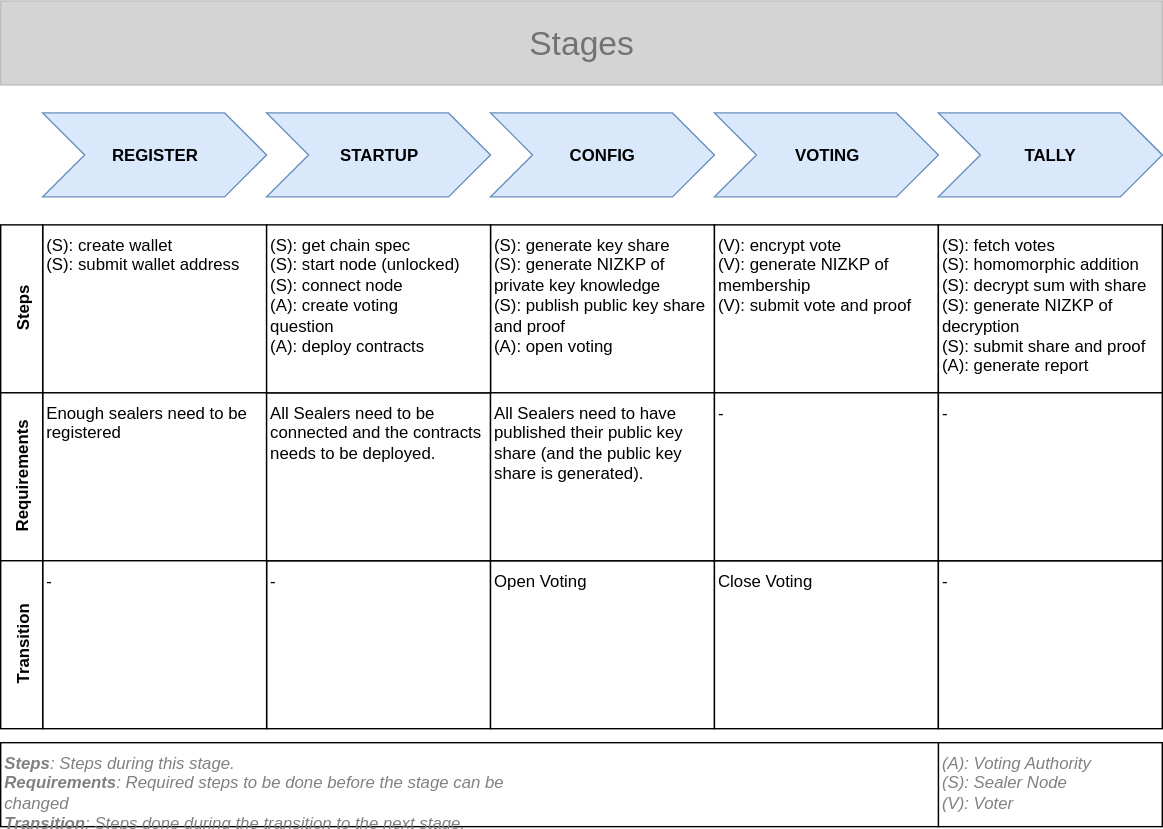
The draw.io diagram voting-authority/backend/assets/stages.svg in alexscheitlin/master-project-evoting, before a commit. Source tidied: cells renumbered, new cells last; positions are measured from the earlier drawing's top-left corner, leaving out a move shared by most shapes.
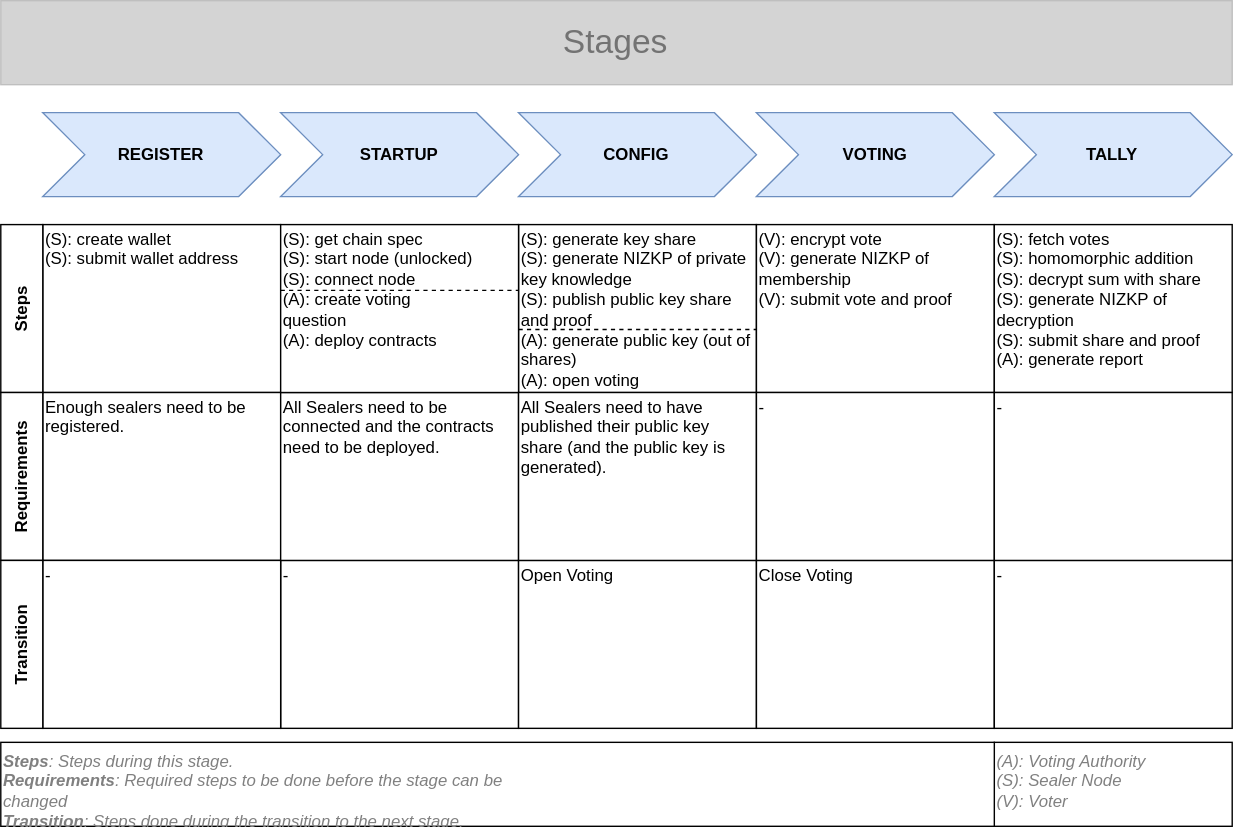
After the commit.

Commit message:
vote-auth-be - update stages drawing

Change to the diagram source:
```diff
@@ -3,82 +3,88 @@
     <mxCell id="0" />
     <mxCell id="1" parent="0" />
     <mxCell id="2" value="&lt;b&gt;REGISTER&lt;/b&gt;" style="html=1;shadow=0;dashed=0;align=center;verticalAlign=middle;shape=mxgraph.arrows2.arrow;dy=0;dx=30;notch=30;strokeColor=#6c8ebf;fillColor=#dae8fc;" parent="1" vertex="1">
-      <mxGeometry x="30" y="80" width="160" height="60" as="geometry" />
+      <mxGeometry x="60" y="80" width="170" height="60" as="geometry" />
     </mxCell>
     <mxCell id="3" value="&lt;b&gt;STARTUP&lt;/b&gt;" style="html=1;shadow=0;dashed=0;align=center;verticalAlign=middle;shape=mxgraph.arrows2.arrow;dy=0;dx=30;notch=30;strokeColor=#6c8ebf;fillColor=#dae8fc;" parent="1" vertex="1">
-      <mxGeometry x="190" y="80" width="160" height="60" as="geometry" />
+      <mxGeometry x="230" y="80" width="170" height="60" as="geometry" />
     </mxCell>
     <mxCell id="4" value="&lt;b&gt;CONFIG&lt;/b&gt;" style="html=1;shadow=0;dashed=0;align=center;verticalAlign=middle;shape=mxgraph.arrows2.arrow;dy=0;dx=30;notch=30;strokeColor=#6c8ebf;fillColor=#dae8fc;" parent="1" vertex="1">
-      <mxGeometry x="350" y="80" width="160" height="60" as="geometry" />
+      <mxGeometry x="400" y="80" width="170" height="60" as="geometry" />
     </mxCell>
     <mxCell id="5" value="&lt;b&gt;VOTING&lt;/b&gt;" style="html=1;shadow=0;dashed=0;align=center;verticalAlign=middle;shape=mxgraph.arrows2.arrow;dy=0;dx=30;notch=30;strokeColor=#6c8ebf;fillColor=#dae8fc;" parent="1" vertex="1">
-      <mxGeometry x="510" y="80" width="160" height="60" as="geometry" />
+      <mxGeometry x="570" y="80" width="170" height="60" as="geometry" />
     </mxCell>
     <mxCell id="6" value="&lt;b&gt;TALLY&lt;/b&gt;" style="html=1;shadow=0;dashed=0;align=center;verticalAlign=middle;shape=mxgraph.arrows2.arrow;dy=0;dx=30;notch=30;strokeColor=#6c8ebf;fillColor=#dae8fc;" parent="1" vertex="1">
-      <mxGeometry x="670" y="80" width="160" height="60" as="geometry" />
+      <mxGeometry x="740" y="80" width="170" height="60" as="geometry" />
     </mxCell>
     <mxCell id="7" value="Stages" style="rounded=0;whiteSpace=wrap;html=1;labelBackgroundColor=none;strokeColor=#BFBFBF;strokeWidth=1;fillColor=#D4D4D4;gradientColor=none;fontSize=24;fontColor=#737373;align=center;perimeterSpacing=0;comic=0;glass=0;shadow=0;" parent="1" vertex="1">
-      <mxGeometry width="830" height="60" as="geometry" />
+      <mxGeometry x="30" width="880" height="60" as="geometry" />
     </mxCell>
-    <mxCell id="8" value="&lt;div&gt;(S): create wallet&lt;/div&gt;&lt;div&gt;(S): submit wallet address&lt;/div&gt;" style="rounded=0;whiteSpace=wrap;html=1;align=left;verticalAlign=top;" parent="1" vertex="1">
-      <mxGeometry x="30" y="160" width="160" height="120" as="geometry" />
+    <mxCell id="8" value="&lt;div&gt;(S): create wallet&lt;/div&gt;&lt;div&gt;(S): submit wallet address&lt;/div&gt;" style="rounded=0;whiteSpace=wrap;html=1;align=left;verticalAlign=top;spacing=0;spacingTop=-1;spacingLeft=2;spacingRight=2;spacingBottom=2;" parent="1" vertex="1">
+      <mxGeometry x="60" y="160" width="170" height="120" as="geometry" />
     </mxCell>
-    <mxCell id="9" value="&lt;div&gt;(S): generate key share&lt;br&gt;(S): generate NIZKP of private key knowledge&lt;br&gt;&lt;/div&gt;&lt;div&gt;(S): publish public key share and proof&lt;br&gt;(A): open voting&lt;br&gt;&lt;/div&gt;" style="rounded=0;whiteSpace=wrap;html=1;align=left;verticalAlign=top;" parent="1" vertex="1">
-      <mxGeometry x="350" y="160" width="160" height="120" as="geometry" />
+    <mxCell id="9" value="&lt;div&gt;(S): generate key share&lt;br&gt;(S): generate NIZKP of private key knowledge&lt;br&gt;&lt;/div&gt;&lt;div&gt;(S): publish public key share and proof&lt;/div&gt;&lt;div&gt;(A): generate public key (out of shares)&lt;br&gt;&lt;/div&gt;&lt;div&gt;(A): open voting&lt;br&gt;&lt;/div&gt;" style="rounded=0;whiteSpace=wrap;html=1;align=left;verticalAlign=top;spacing=0;spacingTop=-1;spacingLeft=2;spacingRight=2;spacingBottom=2;" parent="1" vertex="1">
+      <mxGeometry x="400" y="160" width="170" height="120" as="geometry" />
     </mxCell>
-    <mxCell id="10" value="&lt;div&gt;(V): encrypt vote&lt;br&gt;(V): generate NIZKP of membership&lt;/div&gt;&lt;div&gt;(V): submit vote and proof&lt;br&gt;&lt;/div&gt;&lt;div&gt;&lt;br&gt;&lt;/div&gt;&lt;div&gt;&lt;br&gt;&lt;/div&gt;" style="rounded=0;whiteSpace=wrap;html=1;align=left;verticalAlign=top;" parent="1" vertex="1">
-      <mxGeometry x="510" y="160" width="160" height="120" as="geometry" />
+    <mxCell id="10" value="&lt;div&gt;(V): encrypt vote&lt;br&gt;(V): generate NIZKP of membership&lt;/div&gt;&lt;div&gt;(V): submit vote and proof&lt;br&gt;&lt;/div&gt;&lt;div&gt;&lt;br&gt;&lt;/div&gt;&lt;div&gt;&lt;br&gt;&lt;/div&gt;" style="rounded=0;whiteSpace=wrap;html=1;align=left;verticalAlign=top;spacing=0;spacingTop=-1;spacingLeft=2;spacingRight=2;spacingBottom=2;" parent="1" vertex="1">
+      <mxGeometry x="570" y="160" width="170" height="120" as="geometry" />
     </mxCell>
-    <mxCell id="11" value="&lt;div&gt;(S): fetch votes&lt;/div&gt;&lt;div&gt;(S): homomorphic addition&lt;/div&gt;&lt;div&gt;(S): decrypt sum with share&lt;/div&gt;&lt;div&gt;(S): generate NIZKP of decryption&lt;br&gt;(S): submit share and proof&lt;br&gt;&lt;/div&gt;(A): generate report" style="rounded=0;whiteSpace=wrap;html=1;align=left;verticalAlign=top;" parent="1" vertex="1">
-      <mxGeometry x="670" y="160" width="160" height="120" as="geometry" />
+    <mxCell id="11" value="&lt;div&gt;(S): fetch votes&lt;/div&gt;&lt;div&gt;(S): homomorphic addition&lt;/div&gt;&lt;div&gt;(S): decrypt sum with share&lt;/div&gt;&lt;div&gt;(S): generate NIZKP of decryption&lt;br&gt;(S): submit share and proof&lt;br&gt;&lt;/div&gt;(A): generate report" style="rounded=0;whiteSpace=wrap;html=1;align=left;verticalAlign=top;spacing=0;spacingTop=-1;spacingLeft=2;spacingRight=2;spacingBottom=2;" parent="1" vertex="1">
+      <mxGeometry x="740" y="160" width="170" height="120" as="geometry" />
     </mxCell>
-    <mxCell id="12" value="Enough sealers need to be registered" style="rounded=0;whiteSpace=wrap;html=1;align=left;verticalAlign=top;" parent="1" vertex="1">
-      <mxGeometry x="30" y="280" width="160" height="120" as="geometry" />
+    <mxCell id="12" value="Enough sealers need to be registered." style="rounded=0;whiteSpace=wrap;html=1;align=left;verticalAlign=top;spacing=0;spacingTop=-1;spacingLeft=2;spacingRight=2;spacingBottom=2;" parent="1" vertex="1">
+      <mxGeometry x="60" y="280" width="170" height="120" as="geometry" />
     </mxCell>
     <mxCell id="13" value="&lt;div&gt;&lt;div&gt;(A): Voting Authority&lt;br&gt;&lt;/div&gt;&lt;/div&gt;&lt;div&gt;(S): Sealer Node&lt;/div&gt;&lt;div&gt;(V): Voter&lt;br&gt;&lt;/div&gt;" style="rounded=0;whiteSpace=wrap;html=1;align=left;verticalAlign=top;fontStyle=2;fontColor=#808080;" parent="1" vertex="1">
-      <mxGeometry x="670" y="530" width="160" height="60" as="geometry" />
+      <mxGeometry x="740" y="530" width="170" height="60" as="geometry" />
     </mxCell>
-    <mxCell id="14" value="-" style="rounded=0;whiteSpace=wrap;html=1;align=left;verticalAlign=top;" parent="1" vertex="1">
-      <mxGeometry x="190" y="400" width="160" height="120" as="geometry" />
+    <mxCell id="14" value="-" style="rounded=0;whiteSpace=wrap;html=1;align=left;verticalAlign=top;spacing=0;spacingTop=-1;spacingLeft=2;spacingRight=2;spacingBottom=2;" parent="1" vertex="1">
+      <mxGeometry x="230" y="400" width="170" height="120" as="geometry" />
     </mxCell>
-    <mxCell id="15" value="-" style="rounded=0;whiteSpace=wrap;html=1;align=left;verticalAlign=top;" parent="1" vertex="1">
-      <mxGeometry x="30" y="400" width="160" height="120" as="geometry" />
+    <mxCell id="15" value="-" style="rounded=0;whiteSpace=wrap;html=1;align=left;verticalAlign=top;spacing=0;spacingTop=-1;spacingLeft=2;spacingRight=2;spacingBottom=2;" parent="1" vertex="1">
+      <mxGeometry x="60" y="400" width="170" height="120" as="geometry" />
     </mxCell>
     <mxCell id="16" value="Steps" style="rounded=0;whiteSpace=wrap;html=1;align=center;horizontal=0;fontStyle=1;" parent="1" vertex="1">
-      <mxGeometry y="160" width="30" height="120" as="geometry" />
+      <mxGeometry x="30" y="160" width="30" height="120" as="geometry" />
     </mxCell>
     <mxCell id="17" value="&lt;div&gt;Requirements&lt;/div&gt;" style="rounded=0;whiteSpace=wrap;html=1;align=center;horizontal=0;fontStyle=1;" parent="1" vertex="1">
-      <mxGeometry y="280" width="30" height="120" as="geometry" />
+      <mxGeometry x="30" y="280" width="30" height="120" as="geometry" />
     </mxCell>
     <mxCell id="18" value="Transition" style="rounded=0;whiteSpace=wrap;html=1;align=center;horizontal=0;fontStyle=1;" parent="1" vertex="1">
-      <mxGeometry y="400" width="30" height="120" as="geometry" />
+      <mxGeometry x="30" y="400" width="30" height="120" as="geometry" />
     </mxCell>
-    <mxCell id="19" value="All Sealers need to be connected and the contracts needs to be deployed." style="rounded=0;whiteSpace=wrap;html=1;align=left;verticalAlign=top;" parent="1" vertex="1">
-      <mxGeometry x="190" y="280" width="160" height="120" as="geometry" />
+    <mxCell id="19" value="All Sealers need to be connected and the contracts need to be deployed." style="rounded=0;whiteSpace=wrap;html=1;align=left;verticalAlign=top;spacing=0;spacingTop=-1;spacingLeft=2;spacingRight=2;spacingBottom=2;" parent="1" vertex="1">
+      <mxGeometry x="230" y="280" width="170" height="120" as="geometry" />
     </mxCell>
-    <mxCell id="20" value="&lt;div&gt;(S): get chain spec&lt;/div&gt;&lt;div&gt;(S): start node (unlocked)&lt;br&gt;&lt;/div&gt;&lt;div&gt;(S): connect node&lt;br&gt;&lt;/div&gt;&lt;div&gt;(A): create voting question&lt;/div&gt;&lt;div&gt;(A): deploy contracts&lt;br&gt;&lt;/div&gt;" style="rounded=0;whiteSpace=wrap;html=1;align=left;verticalAlign=top;" parent="1" vertex="1">
-      <mxGeometry x="190" y="160" width="160" height="120" as="geometry" />
+    <mxCell id="20" value="&lt;div&gt;(S): get chain spec&lt;/div&gt;&lt;div&gt;(S): start node (unlocked)&lt;br&gt;&lt;/div&gt;&lt;div&gt;(S): connect node&lt;br&gt;&lt;/div&gt;&lt;div&gt;(A): create voting question&lt;/div&gt;&lt;div&gt;(A): deploy contracts&lt;br&gt;&lt;/div&gt;" style="rounded=0;whiteSpace=wrap;html=1;align=left;verticalAlign=top;spacing=0;spacingTop=-1;spacingLeft=2;spacingRight=2;spacingBottom=2;" parent="1" vertex="1">
+      <mxGeometry x="230" y="160" width="170" height="120" as="geometry" />
     </mxCell>
     <mxCell id="21" value="&lt;div&gt;&lt;b&gt;Steps&lt;/b&gt;: Steps during this stage.&lt;/div&gt;&lt;div&gt;&lt;b&gt;Requirements&lt;/b&gt;: Required steps to be done before the stage can be changed&lt;/div&gt;&lt;div&gt;&lt;b&gt;Transition&lt;/b&gt;: Steps done during the transition to the next stage.&lt;br&gt;&lt;/div&gt;" style="rounded=0;whiteSpace=wrap;html=1;align=left;verticalAlign=top;fontStyle=2;fontColor=#808080;" parent="1" vertex="1">
-      <mxGeometry y="530" width="670" height="60" as="geometry" />
+      <mxGeometry x="30" y="530" width="710" height="60" as="geometry" />
     </mxCell>
-    <mxCell id="22" value="Open Voting" style="rounded=0;whiteSpace=wrap;html=1;align=left;verticalAlign=top;" parent="1" vertex="1">
-      <mxGeometry x="350" y="400" width="160" height="120" as="geometry" />
+    <mxCell id="22" value="Open Voting" style="rounded=0;whiteSpace=wrap;html=1;align=left;verticalAlign=top;spacing=0;spacingTop=-1;spacingLeft=2;spacingRight=2;spacingBottom=2;" parent="1" vertex="1">
+      <mxGeometry x="400" y="400" width="170" height="120" as="geometry" />
     </mxCell>
-    <mxCell id="23" value="Close Voting" style="rounded=0;whiteSpace=wrap;html=1;align=left;verticalAlign=top;" parent="1" vertex="1">
-      <mxGeometry x="510" y="400" width="160" height="120" as="geometry" />
+    <mxCell id="23" value="Close Voting" style="rounded=0;whiteSpace=wrap;html=1;align=left;verticalAlign=top;spacing=0;spacingTop=-1;spacingLeft=2;spacingRight=2;spacingBottom=2;" parent="1" vertex="1">
+      <mxGeometry x="570" y="400" width="170" height="120" as="geometry" />
     </mxCell>
-    <mxCell id="24" value="-" style="rounded=0;whiteSpace=wrap;html=1;align=left;verticalAlign=top;" parent="1" vertex="1">
-      <mxGeometry x="670" y="400" width="160" height="120" as="geometry" />
+    <mxCell id="24" value="-" style="rounded=0;whiteSpace=wrap;html=1;align=left;verticalAlign=top;spacing=0;spacingTop=-1;spacingLeft=2;spacingRight=2;spacingBottom=2;" parent="1" vertex="1">
+      <mxGeometry x="740" y="400" width="170" height="120" as="geometry" />
     </mxCell>
-    <mxCell id="25" value="All Sealers need to have published their public key share (and the public key share is generated)." style="rounded=0;whiteSpace=wrap;html=1;align=left;verticalAlign=top;" parent="1" vertex="1">
-      <mxGeometry x="350" y="280" width="160" height="120" as="geometry" />
+    <mxCell id="25" value="All Sealers need to have published their public key share (and the public key is generated)." style="rounded=0;whiteSpace=wrap;html=1;align=left;verticalAlign=top;spacing=0;spacingTop=-1;spacingLeft=2;spacingRight=2;spacingBottom=2;" parent="1" vertex="1">
+      <mxGeometry x="400" y="280" width="170" height="120" as="geometry" />
     </mxCell>
-    <mxCell id="26" value="-" style="rounded=0;whiteSpace=wrap;html=1;align=left;verticalAlign=top;" parent="1" vertex="1">
-      <mxGeometry x="510" y="280" width="160" height="120" as="geometry" />
+    <mxCell id="26" value="-" style="rounded=0;whiteSpace=wrap;html=1;align=left;verticalAlign=top;spacing=0;spacingTop=-1;spacingLeft=2;spacingRight=2;spacingBottom=2;" parent="1" vertex="1">
+      <mxGeometry x="570" y="280" width="170" height="120" as="geometry" />
     </mxCell>
-    <mxCell id="27" value="-" style="rounded=0;whiteSpace=wrap;html=1;align=left;verticalAlign=top;" parent="1" vertex="1">
-      <mxGeometry x="670" y="280" width="160" height="120" as="geometry" />
+    <mxCell id="27" value="-" style="rounded=0;whiteSpace=wrap;html=1;align=left;verticalAlign=top;spacing=0;spacingTop=-1;spacingLeft=2;spacingRight=2;spacingBottom=2;" parent="1" vertex="1">
+      <mxGeometry x="740" y="280" width="170" height="120" as="geometry" />
     </mxCell>
+    <mxCell id="28" style="line;strokeWidth=1;html=1;dashed=1;" parent="1" vertex="1">
+      <mxGeometry x="230" y="200" width="170" height="14" as="geometry" />
+    </mxCell>
+    <mxCell id="29" style="line;strokeWidth=1;html=1;dashed=1;" parent="1" vertex="1">
+      <mxGeometry x="400" y="230" width="170" height="10" as="geometry" />
+    </mxCell>
   </root>
 </mxGraphModel>
```
